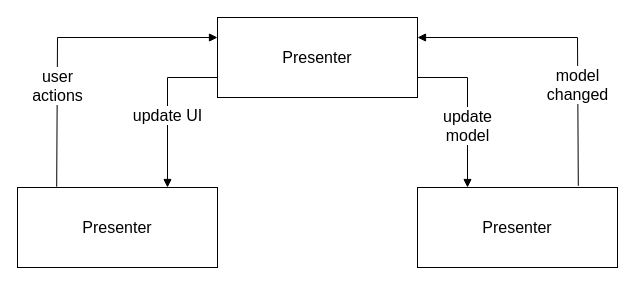
Earlier version of the draw.io diagram PATTERNS/Architectural/MVP/MVP.drawio (MTONSEG/ts-learn). Source tidied: cells renumbered, new cells numbered last; positions are measured from the earlier drawing's top-left corner, leaving out a move shared by most shapes. Both pictures are drawn from the tidied source at 100%, with x=0, y=0 at pixel (17, 17).
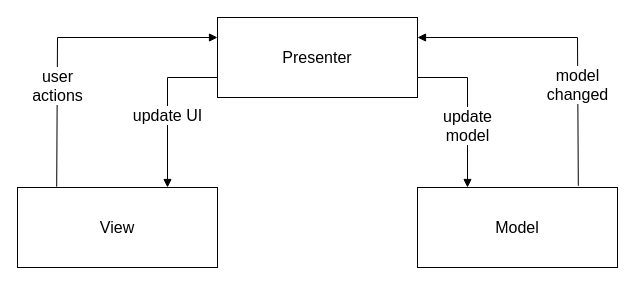
The same diagram, later.

What changed in the source:
```diff
@@
 <mxGraphModel>
   <root>
     <mxCell id="0" />
     <mxCell id="1" parent="0" />
     <mxCell id="2" value="&lt;font style=&quot;font-size: 16px;&quot;&gt;Presenter&lt;/font&gt;" style="rounded=0;whiteSpace=wrap;html=1;" parent="1" vertex="1">
       <mxGeometry x="200" width="200" height="80" as="geometry" />
     </mxCell>
-    <mxCell id="3" value="&lt;font style=&quot;font-size: 16px;&quot;&gt;Presenter&lt;/font&gt;" style="rounded=0;whiteSpace=wrap;html=1;" parent="1" vertex="1">
+    <mxCell id="3" value="&lt;font style=&quot;font-size: 16px;&quot;&gt;View&lt;/font&gt;" style="rounded=0;whiteSpace=wrap;html=1;" parent="1" vertex="1">
       <mxGeometry y="170" width="200" height="80" as="geometry" />
     </mxCell>
-    <mxCell id="4" value="&lt;font style=&quot;font-size: 16px;&quot;&gt;Presenter&lt;/font&gt;" style="rounded=0;whiteSpace=wrap;html=1;" parent="1" vertex="1">
+    <mxCell id="4" value="&lt;font style=&quot;font-size: 16px;&quot;&gt;Model&lt;/font&gt;" style="rounded=0;whiteSpace=wrap;html=1;" parent="1" vertex="1">
       <mxGeometry x="400" y="170" width="200" height="80" as="geometry" />
     </mxCell>
     <mxCell id="5" value="update&lt;br&gt;model" style="html=1;verticalAlign=bottom;endArrow=block;rounded=0;fontSize=16;entryX=0.25;entryY=0;entryDx=0;entryDy=0;" parent="1" edge="1" target="4">
       <mxGeometry x="0.5" relative="1" as="geometry">
         <mxPoint x="400" y="60" as="sourcePoint" />
         <Array as="points">
           <mxPoint x="450" y="60" />
         </Array>
       </mxGeometry>
     </mxCell>
     <mxCell id="6" value="model&lt;br&gt;changed" style="html=1;verticalAlign=bottom;endArrow=block;rounded=0;fontSize=16;entryX=1;entryY=0.25;entryDx=0;entryDy=0;exitX=0.804;exitY=-0.021;exitDx=0;exitDy=0;exitPerimeter=0;" parent="1" edge="1" source="4" target="2">
       <mxGeometry x="-0.49" relative="1" as="geometry">
         <Array as="points">
           <mxPoint x="560" y="20" />
         </Array>
       </mxGeometry>
     </mxCell>
     <mxCell id="7" value="user&lt;br&gt;actions" style="html=1;verticalAlign=bottom;endArrow=block;rounded=0;fontSize=16;entryX=0;entryY=0.25;entryDx=0;entryDy=0;exitX=0.196;exitY=-0.01;exitDx=0;exitDy=0;exitPerimeter=0;" parent="1" edge="1" source="3" target="2">
       <mxGeometry x="-0.49" relative="1" as="geometry">
         <Array as="points">
           <mxPoint x="40" y="20" />
         </Array>
       </mxGeometry>
     </mxCell>
     <mxCell id="8" value="update UI" style="html=1;verticalAlign=bottom;endArrow=block;rounded=0;fontSize=16;exitX=0;exitY=0.75;exitDx=0;exitDy=0;entryX=0.75;entryY=0;entryDx=0;entryDy=0;" parent="1" edge="1" source="2" target="3">
       <mxGeometry x="0.25" relative="1" as="geometry">
         <Array as="points">
           <mxPoint x="150" y="60" />
         </Array>
       </mxGeometry>
     </mxCell>
   </root>
 </mxGraphModel>
```
